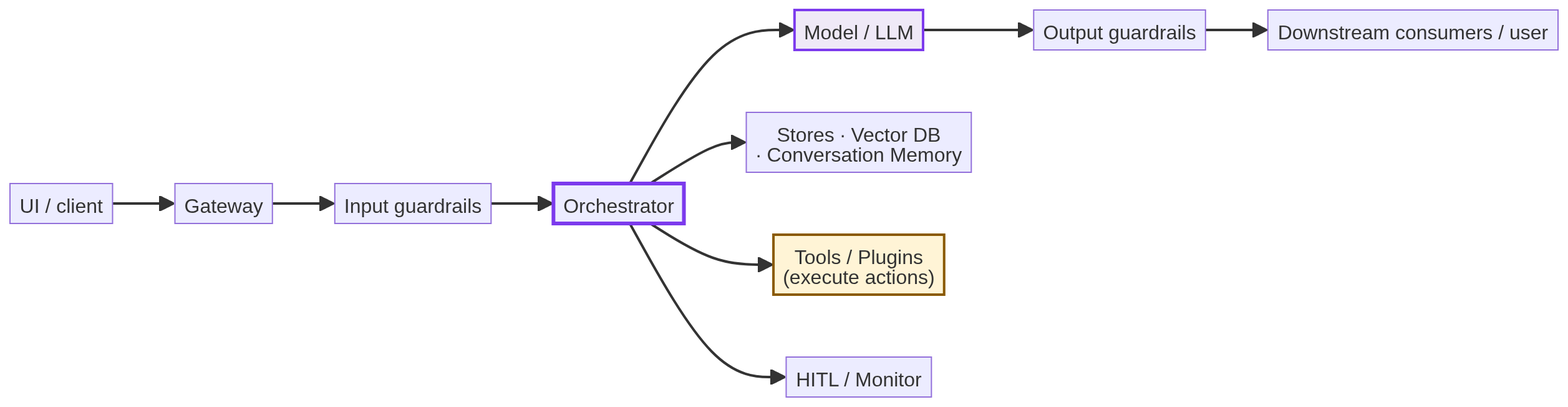
kamaldhingra1/ase-explorer-app keeps this Mermaid diagram as training/lessons/images/component-taxonomy.png. Above is the earlier version. Its source is kept beside it as training/diagrams/component-taxonomy.mmd.
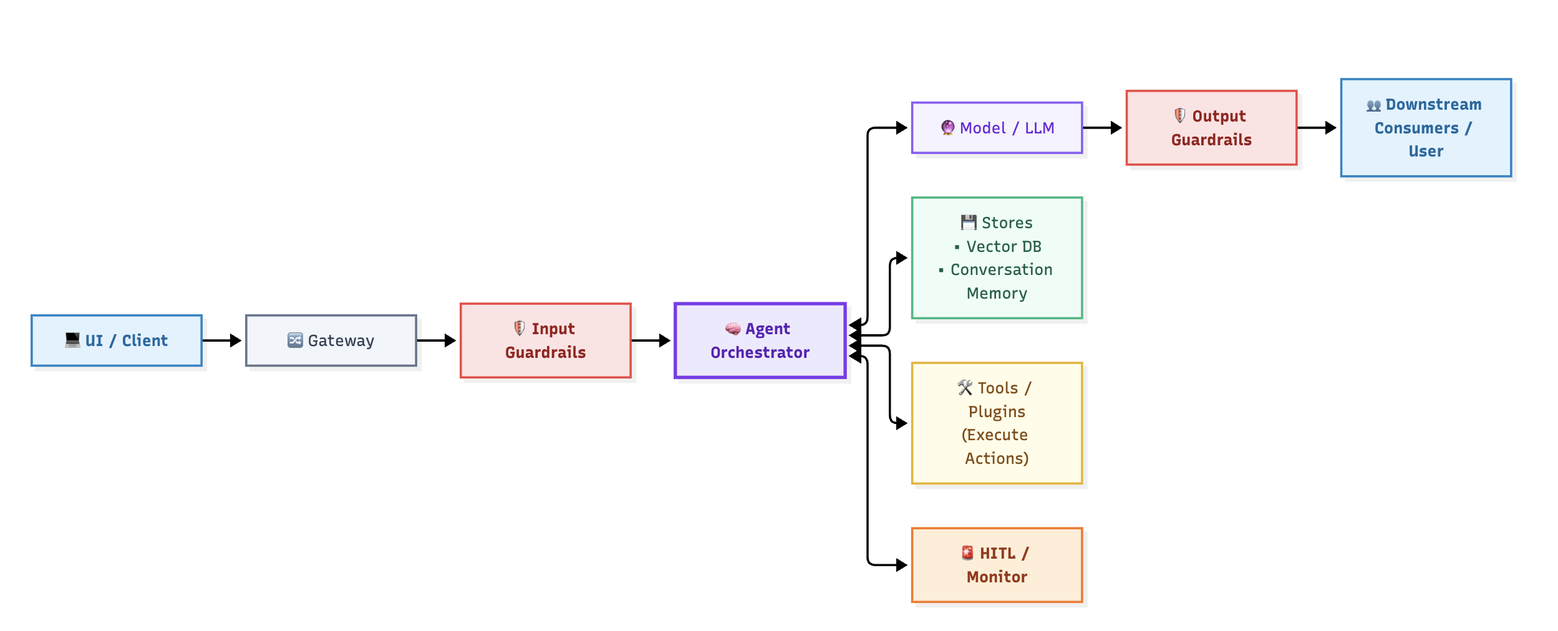
The same diagram one commit later.

Diff of the diagram source:
```diff
@@ -1,13 +1,41 @@
 flowchart LR
-  UI["UI / client"] --> GW["Gateway"]
-  GW --> GI["Input guardrails"]
-  GI --> OR["Orchestrator"]
-  OR --> MO["Model / LLM"]
-  OR --> ST["Stores · Vector DB<br/>· Conversation Memory"]
-  OR --> TO["Tools / Plugins<br/>(execute actions)"]
-  OR --> HI["HITL / Monitor"]
-  MO --> OG["Output guardrails"]
-  OG --> CON["Downstream consumers / user"]
-  style OR stroke:#7C3AED,stroke-width:3px
-  style MO fill:#efe9f7,stroke:#7C3AED,stroke-width:2px
-  style TO fill:#fff4d6,stroke:#8a5a00,stroke-width:2px
+    classDef client fill:#E0F2FE,stroke:#0284C7,stroke-width:2px,color:#0369A1,font-weight:bold;
+    classDef gateway fill:#F1F5F9,stroke:#64748B,stroke-width:2px,color:#334155;
+    classDef security fill:#FEE2E2,stroke:#EF4444,stroke-width:2px,color:#991B1B,font-weight:bold;
+    classDef orchestrator fill:#EDE9FE,stroke:#7C3AED,stroke-width:3px,color:#5B21B6,font-weight:bold;
+    classDef model fill:#F5F3FF,stroke:#8B5CF6,stroke-width:2px,color:#6D28D9;
+    classDef database fill:#ECFDF5,stroke:#10B981,stroke-width:2px,color:#065F46;
+    classDef tools fill:#FFFDE7,stroke:#EAB308,stroke-width:2px,color:#854D0E;
+    classDef hitl fill:#FFEDD5,stroke:#F97316,stroke-width:2px,color:#9A3412,font-weight:bold;
+
+    UI["💻 UI / Client"]
+    GW["🔀 Gateway"]
+    GI["🛡️ Input Guardrails"]
+    OR["🧠 Agent Orchestrator"]
+    MO["🔮 Model / LLM"]
+    ST["💾 Stores<br/>• Vector DB<br/>• Conversation Memory"]
+    TO["🛠️ Tools / Plugins<br/>(Execute Actions)"]
+    HI["🚨 HITL / Monitor"]
+    OG["🛡️ Output Guardrails"]
+    CON["👥 Downstream Consumers / User"]
+
+    class UI,CON client;
+    class GW gateway;
+    class GI,OG security;
+    class OR orchestrator;
+    class MO model;
+    class ST database;
+    class TO tools;
+    class HI hitl;
+
+    UI --> GW
+    GW --> GI
+    GI --> OR
+
+    OR <--> MO
+    OR <--> ST
+    OR <--> TO
+    OR <--> HI
+
+    MO --> OG
+    OG --> CON
```
